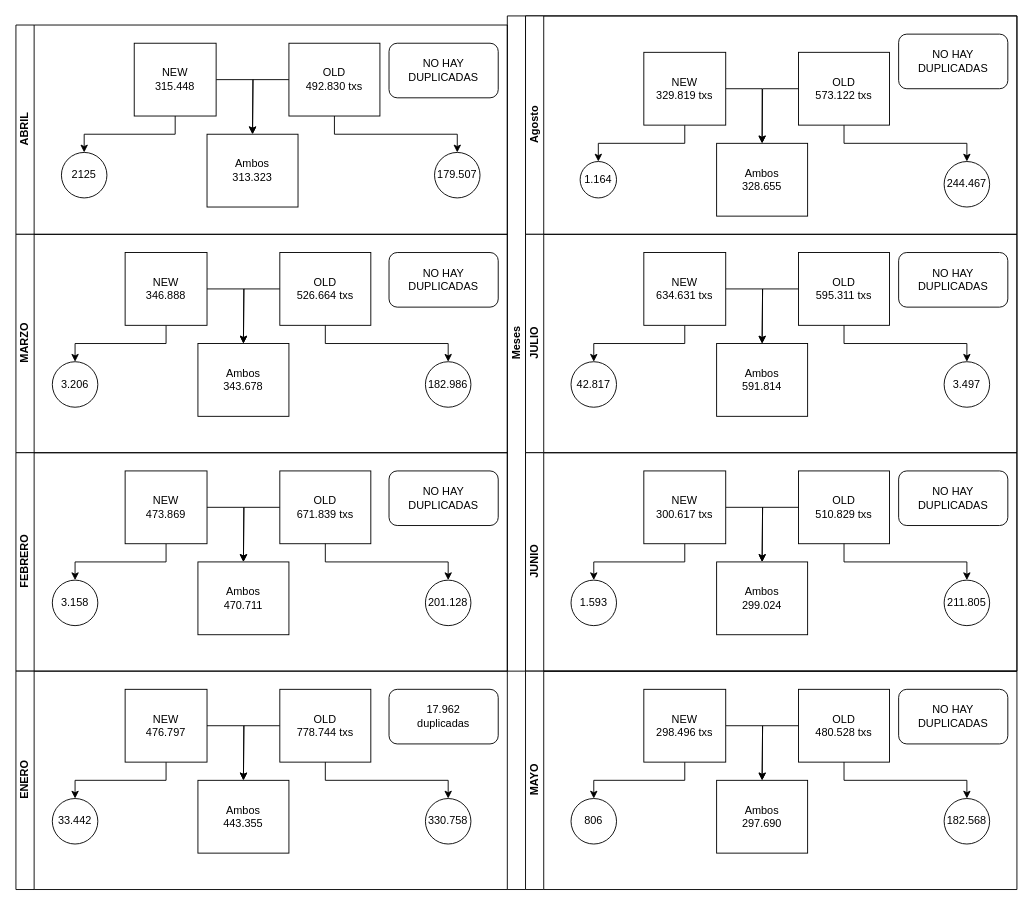
Earlier version of the draw.io diagram INdices.drawio (MatiasQuinlan/makarkrk). Source tidied: cells renumbered, new cells numbered last; positions are measured from the earlier drawing's top-left corner, leaving out a move shared by most shapes. Both pictures are drawn from the tidied source at 91%, with x=0, y=0 at pixel (15, 15).
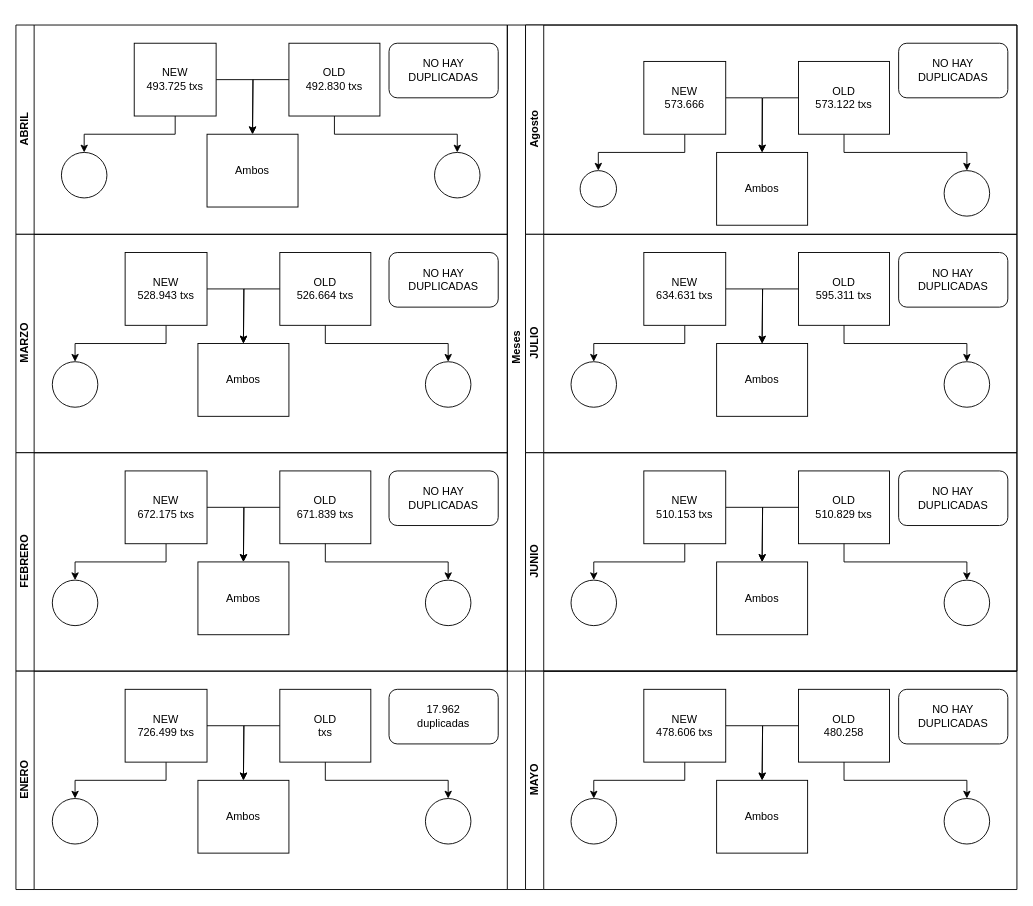
Above is the later version.

Unchanged cells that the change refers to:
```xml
<mxCell id="36" value="MAYO" style="swimlane;html=1;startSize=20;horizontal=0;" parent="1" vertex="1">
  <mxGeometry x="560" y="720" width="540" height="240" as="geometry" />
</mxCell>
<mxCell id="47" value="ABRIL" style="swimlane;html=1;startSize=20;horizontal=0;" parent="1" vertex="1">
  <mxGeometry y="10" width="540" height="230" as="geometry" />
</mxCell>
<mxCell id="58" value="MARZO" style="swimlane;html=1;startSize=20;horizontal=0;" parent="1" vertex="1">
  <mxGeometry y="240" width="540" height="240" as="geometry" />
</mxCell>
<mxCell id="69" value="FEBRERO" style="swimlane;html=1;startSize=20;horizontal=0;" parent="1" vertex="1">
  <mxGeometry y="480" width="540" height="240" as="geometry" />
</mxCell>
<mxCell id="80" value="ENERO" style="swimlane;html=1;startSize=20;horizontal=0;" parent="1" vertex="1">
  <mxGeometry y="720" width="540" height="240" as="geometry" />
</mxCell>
```

The edit, as a diff of the source:
```diff
@@
     <mxCell id="2" value="Meses" style="swimlane;html=1;horizontal=0;startSize=20;" parent="1" vertex="1">
-      <mxGeometry x="540" width="560" height="720" as="geometry" />
+      <mxGeometry x="540" y="10" width="560" height="710" as="geometry" />
     </mxCell>
     <mxCell id="3" value="Agosto" style="swimlane;html=1;startSize=20;horizontal=0;" parent="2" vertex="1">
-      <mxGeometry x="20" width="540" height="240" as="geometry" />
+      <mxGeometry x="20" width="540" height="230" as="geometry" />
     </mxCell>
-    <mxCell id="4" value="1.164" style="ellipse;whiteSpace=wrap;html=1;" parent="3" vertex="1">
+    <mxCell id="4" style="ellipse;whiteSpace=wrap;html=1;" parent="3" vertex="1">
       <mxGeometry x="60" y="160" width="40" height="40" as="geometry" />
     </mxCell>
@@
-    <mxCell id="7" value="NEW&lt;br&gt;329.819 txs" style="rounded=0;whiteSpace=wrap;html=1;fontFamily=Helvetica;fontSize=12;fontColor=#000000;align=center;" parent="3" vertex="1">
+    <mxCell id="7" value="NEW&lt;br&gt;573.666" style="rounded=0;whiteSpace=wrap;html=1;fontFamily=Helvetica;fontSize=12;fontColor=#000000;align=center;" parent="3" vertex="1">
       <mxGeometry x="130" y="40" width="90" height="80" as="geometry" />
     </mxCell>
@@
-    <mxCell id="10" value="OLD&lt;br&gt;573.122 txs" style="rounded=0;whiteSpace=wrap;html=1;fontFamily=Helvetica;fontSize=12;fontColor=#000000;align=center;" parent="3" vertex="1">
+    <mxCell id="10" value="OLD&lt;br&gt;573.122&amp;nbsp;txs" style="rounded=0;whiteSpace=wrap;html=1;fontFamily=Helvetica;fontSize=12;fontColor=#000000;align=center;" parent="3" vertex="1">
       <mxGeometry x="300" y="40" width="100" height="80" as="geometry" />
     </mxCell>
-    <mxCell id="11" value="244.467" style="ellipse;whiteSpace=wrap;html=1;" parent="3" vertex="1">
+    <mxCell id="11" style="ellipse;whiteSpace=wrap;html=1;" parent="3" vertex="1">
       <mxGeometry x="460" y="160" width="50" height="50" as="geometry" />
     </mxCell>
-    <mxCell id="12" value="Ambos&lt;br&gt;328.655" style="rounded=0;whiteSpace=wrap;html=1;fontFamily=Helvetica;fontSize=12;fontColor=#000000;align=center;" parent="3" vertex="1">
+    <mxCell id="12" value="Ambos&lt;br&gt;" style="rounded=0;whiteSpace=wrap;html=1;fontFamily=Helvetica;fontSize=12;fontColor=#000000;align=center;" parent="3" vertex="1">
       <mxGeometry x="210" y="140" width="100" height="80" as="geometry" />
     </mxCell>
@@
     <mxCell id="14" value="JULIO&lt;br&gt;" style="swimlane;html=1;startSize=20;horizontal=0;" parent="2" vertex="1">
-      <mxGeometry x="20" y="240" width="540" height="240" as="geometry" />
+      <mxGeometry x="20" y="230" width="540" height="240" as="geometry" />
     </mxCell>
-    <mxCell id="15" value="42.817" style="ellipse;whiteSpace=wrap;html=1;" parent="14" vertex="1">
+    <mxCell id="15" style="ellipse;whiteSpace=wrap;html=1;" parent="14" vertex="1">
       <mxGeometry x="50" y="140" width="50" height="50" as="geometry" />
     </mxCell>
@@
-    <mxCell id="21" value="3.497" style="ellipse;whiteSpace=wrap;html=1;" parent="14" vertex="1">
+    <mxCell id="21" style="ellipse;whiteSpace=wrap;html=1;" parent="14" vertex="1">
       <mxGeometry x="460" y="140" width="50" height="50" as="geometry" />
     </mxCell>
@@
-    <mxCell id="24" value="Ambos&lt;br&gt;591.814" style="rounded=0;whiteSpace=wrap;html=1;fontFamily=Helvetica;fontSize=12;fontColor=#000000;align=center;" parent="14" vertex="1">
+    <mxCell id="24" value="Ambos&lt;br&gt;" style="rounded=0;whiteSpace=wrap;html=1;fontFamily=Helvetica;fontSize=12;fontColor=#000000;align=center;" parent="14" vertex="1">
       <mxGeometry x="210" y="120" width="100" height="80" as="geometry" />
     </mxCell>
     <mxCell id="25" value="JUNIO" style="swimlane;html=1;startSize=20;horizontal=0;" parent="2" vertex="1">
-      <mxGeometry x="20" y="480" width="540" height="240" as="geometry" />
+      <mxGeometry x="20" y="470" width="540" height="240" as="geometry" />
     </mxCell>
-    <mxCell id="26" value="1.593" style="ellipse;whiteSpace=wrap;html=1;" parent="25" vertex="1">
+    <mxCell id="26" style="ellipse;whiteSpace=wrap;html=1;" parent="25" vertex="1">
       <mxGeometry x="50" y="140" width="50" height="50" as="geometry" />
     </mxCell>
@@
-    <mxCell id="29" value="NEW&lt;br&gt;300.617 txs" style="rounded=0;whiteSpace=wrap;html=1;fontFamily=Helvetica;fontSize=12;fontColor=#000000;align=center;" parent="25" vertex="1">
+    <mxCell id="29" value="NEW&lt;br&gt;510.153 txs" style="rounded=0;whiteSpace=wrap;html=1;fontFamily=Helvetica;fontSize=12;fontColor=#000000;align=center;" parent="25" vertex="1">
       <mxGeometry x="130" y="20" width="90" height="80" as="geometry" />
     </mxCell>
@@
-    <mxCell id="32" value="211.805" style="ellipse;whiteSpace=wrap;html=1;" parent="25" vertex="1">
+    <mxCell id="32" style="ellipse;whiteSpace=wrap;html=1;" parent="25" vertex="1">
       <mxGeometry x="460" y="140" width="50" height="50" as="geometry" />
     </mxCell>
@@
-    <mxCell id="35" value="Ambos&lt;br&gt;299.024" style="rounded=0;whiteSpace=wrap;html=1;fontFamily=Helvetica;fontSize=12;fontColor=#000000;align=center;" parent="25" vertex="1">
+    <mxCell id="35" value="Ambos&lt;br&gt;" style="rounded=0;whiteSpace=wrap;html=1;fontFamily=Helvetica;fontSize=12;fontColor=#000000;align=center;" parent="25" vertex="1">
       <mxGeometry x="210" y="120" width="100" height="80" as="geometry" />
     </mxCell>
@@
-    <mxCell id="37" value="806" style="ellipse;whiteSpace=wrap;html=1;" parent="36" vertex="1">
+    <mxCell id="37" style="ellipse;whiteSpace=wrap;html=1;" parent="36" vertex="1">
       <mxGeometry x="50" y="140" width="50" height="50" as="geometry" />
     </mxCell>
@@
-    <mxCell id="40" value="NEW&lt;br&gt;298.496 txs" style="rounded=0;whiteSpace=wrap;html=1;fontFamily=Helvetica;fontSize=12;fontColor=#000000;align=center;" parent="36" vertex="1">
+    <mxCell id="40" value="NEW&lt;br&gt;478.606 txs" style="rounded=0;whiteSpace=wrap;html=1;fontFamily=Helvetica;fontSize=12;fontColor=#000000;align=center;" parent="36" vertex="1">
       <mxGeometry x="130" y="20" width="90" height="80" as="geometry" />
     </mxCell>
@@
-    <mxCell id="42" value="OLD&lt;br&gt;480.528 txs" style="rounded=0;whiteSpace=wrap;html=1;fontFamily=Helvetica;fontSize=12;fontColor=#000000;align=center;" parent="36" vertex="1">
+    <mxCell id="42" value="OLD&lt;br&gt;480.258" style="rounded=0;whiteSpace=wrap;html=1;fontFamily=Helvetica;fontSize=12;fontColor=#000000;align=center;" parent="36" vertex="1">
       <mxGeometry x="300" y="20" width="100" height="80" as="geometry" />
     </mxCell>
-    <mxCell id="43" value="182.568" style="ellipse;whiteSpace=wrap;html=1;" parent="36" vertex="1">
+    <mxCell id="43" style="ellipse;whiteSpace=wrap;html=1;" parent="36" vertex="1">
       <mxGeometry x="460" y="140" width="50" height="50" as="geometry" />
     </mxCell>
@@
-    <mxCell id="46" value="Ambos&lt;br&gt;297.690" style="rounded=0;whiteSpace=wrap;html=1;fontFamily=Helvetica;fontSize=12;fontColor=#000000;align=center;" parent="36" vertex="1">
+    <mxCell id="46" value="Ambos&lt;br&gt;" style="rounded=0;whiteSpace=wrap;html=1;fontFamily=Helvetica;fontSize=12;fontColor=#000000;align=center;" parent="36" vertex="1">
       <mxGeometry x="210" y="120" width="100" height="80" as="geometry" />
     </mxCell>
@@
-    <mxCell id="48" value="2125" style="ellipse;whiteSpace=wrap;html=1;" parent="47" vertex="1">
+    <mxCell id="48" style="ellipse;whiteSpace=wrap;html=1;" parent="47" vertex="1">
       <mxGeometry x="50" y="140" width="50" height="50" as="geometry" />
     </mxCell>
@@
-    <mxCell id="51" value="NEW&lt;br&gt;315.448" style="rounded=0;whiteSpace=wrap;html=1;fontFamily=Helvetica;fontSize=12;fontColor=#000000;align=center;" parent="47" vertex="1">
+    <mxCell id="51" value="NEW&lt;br&gt;493.725 txs" style="rounded=0;whiteSpace=wrap;html=1;fontFamily=Helvetica;fontSize=12;fontColor=#000000;align=center;" parent="47" vertex="1">
       <mxGeometry x="130" y="20" width="90" height="80" as="geometry" />
     </mxCell>
@@
-    <mxCell id="54" value="179.507" style="ellipse;whiteSpace=wrap;html=1;" parent="47" vertex="1">
+    <mxCell id="54" style="ellipse;whiteSpace=wrap;html=1;" parent="47" vertex="1">
       <mxGeometry x="460" y="140" width="50" height="50" as="geometry" />
     </mxCell>
@@
-    <mxCell id="57" value="Ambos&lt;br&gt;313.323" style="rounded=0;whiteSpace=wrap;html=1;fontFamily=Helvetica;fontSize=12;fontColor=#000000;align=center;" parent="47" vertex="1">
+    <mxCell id="57" value="Ambos&lt;br&gt;" style="rounded=0;whiteSpace=wrap;html=1;fontFamily=Helvetica;fontSize=12;fontColor=#000000;align=center;" parent="47" vertex="1">
       <mxGeometry x="210" y="120" width="100" height="80" as="geometry" />
     </mxCell>
@@
-    <mxCell id="59" value="3.206" style="ellipse;whiteSpace=wrap;html=1;" parent="58" vertex="1">
+    <mxCell id="59" style="ellipse;whiteSpace=wrap;html=1;" parent="58" vertex="1">
       <mxGeometry x="40" y="140" width="50" height="50" as="geometry" />
     </mxCell>
@@
-    <mxCell id="62" value="NEW&lt;br&gt;346.888" style="rounded=0;whiteSpace=wrap;html=1;fontFamily=Helvetica;fontSize=12;fontColor=#000000;align=center;" parent="58" vertex="1">
+    <mxCell id="62" value="NEW&lt;br&gt;528.943 txs" style="rounded=0;whiteSpace=wrap;html=1;fontFamily=Helvetica;fontSize=12;fontColor=#000000;align=center;" parent="58" vertex="1">
       <mxGeometry x="120" y="20" width="90" height="80" as="geometry" />
     </mxCell>
@@
-    <mxCell id="65" value="182.986" style="ellipse;whiteSpace=wrap;html=1;" parent="58" vertex="1">
+    <mxCell id="65" style="ellipse;whiteSpace=wrap;html=1;" parent="58" vertex="1">
       <mxGeometry x="450" y="140" width="50" height="50" as="geometry" />
     </mxCell>
@@
-    <mxCell id="68" value="Ambos&lt;br&gt;343.678" style="rounded=0;whiteSpace=wrap;html=1;fontFamily=Helvetica;fontSize=12;fontColor=#000000;align=center;" parent="58" vertex="1">
+    <mxCell id="68" value="Ambos&lt;br&gt;" style="rounded=0;whiteSpace=wrap;html=1;fontFamily=Helvetica;fontSize=12;fontColor=#000000;align=center;" parent="58" vertex="1">
       <mxGeometry x="200" y="120" width="100" height="80" as="geometry" />
     </mxCell>
@@
-    <mxCell id="70" value="3.158" style="ellipse;whiteSpace=wrap;html=1;" parent="69" vertex="1">
+    <mxCell id="70" style="ellipse;whiteSpace=wrap;html=1;" parent="69" vertex="1">
       <mxGeometry x="40" y="140" width="50" height="50" as="geometry" />
     </mxCell>
@@
-    <mxCell id="73" value="NEW&lt;br&gt;473.869" style="rounded=0;whiteSpace=wrap;html=1;fontFamily=Helvetica;fontSize=12;fontColor=#000000;align=center;" parent="69" vertex="1">
+    <mxCell id="73" value="NEW&lt;br&gt;672.175 txs" style="rounded=0;whiteSpace=wrap;html=1;fontFamily=Helvetica;fontSize=12;fontColor=#000000;align=center;" parent="69" vertex="1">
       <mxGeometry x="120" y="20" width="90" height="80" as="geometry" />
     </mxCell>
@@
-    <mxCell id="75" value="OLD&lt;br&gt;671.839 txs" style="rounded=0;whiteSpace=wrap;html=1;fontFamily=Helvetica;fontSize=12;fontColor=#000000;align=center;" parent="69" vertex="1">
+    <mxCell id="75" value="OLD&lt;br&gt;671.839&amp;nbsp;txs" style="rounded=0;whiteSpace=wrap;html=1;fontFamily=Helvetica;fontSize=12;fontColor=#000000;align=center;" parent="69" vertex="1">
       <mxGeometry x="290" y="20" width="100" height="80" as="geometry" />
     </mxCell>
-    <mxCell id="76" value="201.128" style="ellipse;whiteSpace=wrap;html=1;" parent="69" vertex="1">
+    <mxCell id="76" style="ellipse;whiteSpace=wrap;html=1;" parent="69" vertex="1">
       <mxGeometry x="450" y="140" width="50" height="50" as="geometry" />
     </mxCell>
@@
-    <mxCell id="79" value="Ambos&lt;br&gt;470.711" style="rounded=0;whiteSpace=wrap;html=1;fontFamily=Helvetica;fontSize=12;fontColor=#000000;align=center;" parent="69" vertex="1">
+    <mxCell id="79" value="Ambos&lt;br&gt;" style="rounded=0;whiteSpace=wrap;html=1;fontFamily=Helvetica;fontSize=12;fontColor=#000000;align=center;" parent="69" vertex="1">
       <mxGeometry x="200" y="120" width="100" height="80" as="geometry" />
     </mxCell>
@@
-    <mxCell id="81" value="33.442" style="ellipse;whiteSpace=wrap;html=1;" parent="80" vertex="1">
+    <mxCell id="81" style="ellipse;whiteSpace=wrap;html=1;" parent="80" vertex="1">
       <mxGeometry x="40" y="140" width="50" height="50" as="geometry" />
     </mxCell>
@@
-    <mxCell id="84" value="NEW&lt;br&gt;476.797" style="rounded=0;whiteSpace=wrap;html=1;fontFamily=Helvetica;fontSize=12;fontColor=#000000;align=center;" parent="80" vertex="1">
+    <mxCell id="84" value="NEW&lt;br&gt;726.499 txs" style="rounded=0;whiteSpace=wrap;html=1;fontFamily=Helvetica;fontSize=12;fontColor=#000000;align=center;" parent="80" vertex="1">
       <mxGeometry x="120" y="20" width="90" height="80" as="geometry" />
     </mxCell>
@@
-    <mxCell id="86" value="OLD&lt;br&gt;778.744&amp;nbsp;txs" style="rounded=0;whiteSpace=wrap;html=1;fontFamily=Helvetica;fontSize=12;fontColor=#000000;align=center;" parent="80" vertex="1">
+    <mxCell id="86" value="OLD&lt;br&gt;txs" style="rounded=0;whiteSpace=wrap;html=1;fontFamily=Helvetica;fontSize=12;fontColor=#000000;align=center;" parent="80" vertex="1">
       <mxGeometry x="290" y="20" width="100" height="80" as="geometry" />
     </mxCell>
-    <mxCell id="87" value="330.758" style="ellipse;whiteSpace=wrap;html=1;" parent="80" vertex="1">
+    <mxCell id="87" style="ellipse;whiteSpace=wrap;html=1;" parent="80" vertex="1">
       <mxGeometry x="450" y="140" width="50" height="50" as="geometry" />
     </mxCell>
@@
-    <mxCell id="90" value="Ambos&lt;br&gt;443.355" style="rounded=0;whiteSpace=wrap;html=1;fontFamily=Helvetica;fontSize=12;fontColor=#000000;align=center;" parent="80" vertex="1">
+    <mxCell id="90" value="Ambos&lt;br&gt;" style="rounded=0;whiteSpace=wrap;html=1;fontFamily=Helvetica;fontSize=12;fontColor=#000000;align=center;" parent="80" vertex="1">
       <mxGeometry x="200" y="120" width="100" height="80" as="geometry" />
     </mxCell>
```
